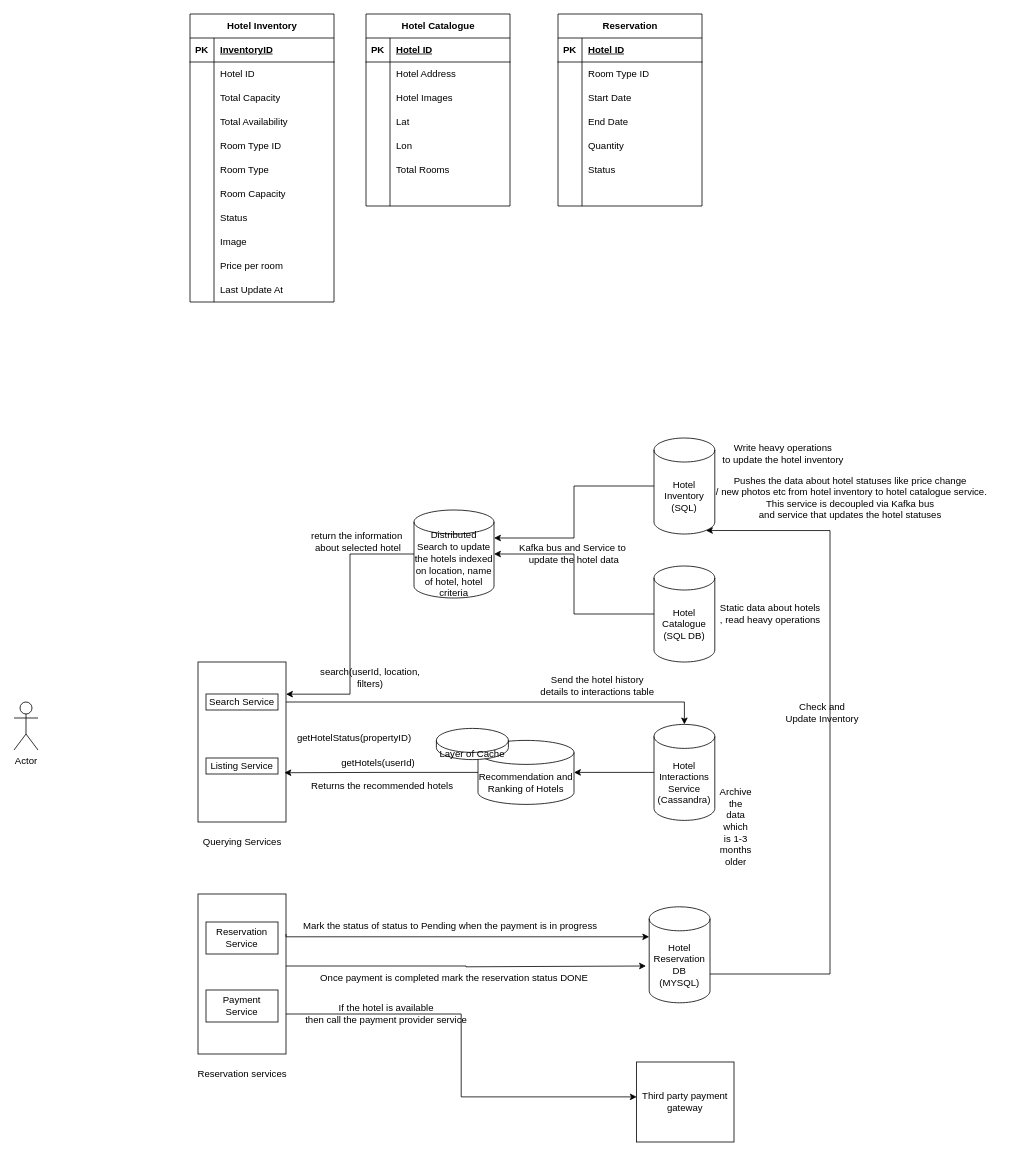
Above: HotelManagementSystem.drawio in anshul1790/system-design-playground (draw.io), before the change. Source tidied: cells renumbered, new cells numbered last; positions are measured from the earlier drawing's top-left corner, leaving out a move shared by most shapes. Both pictures are drawn from the tidied source at 80%, with x=0, y=0 at pixel (14, 14).
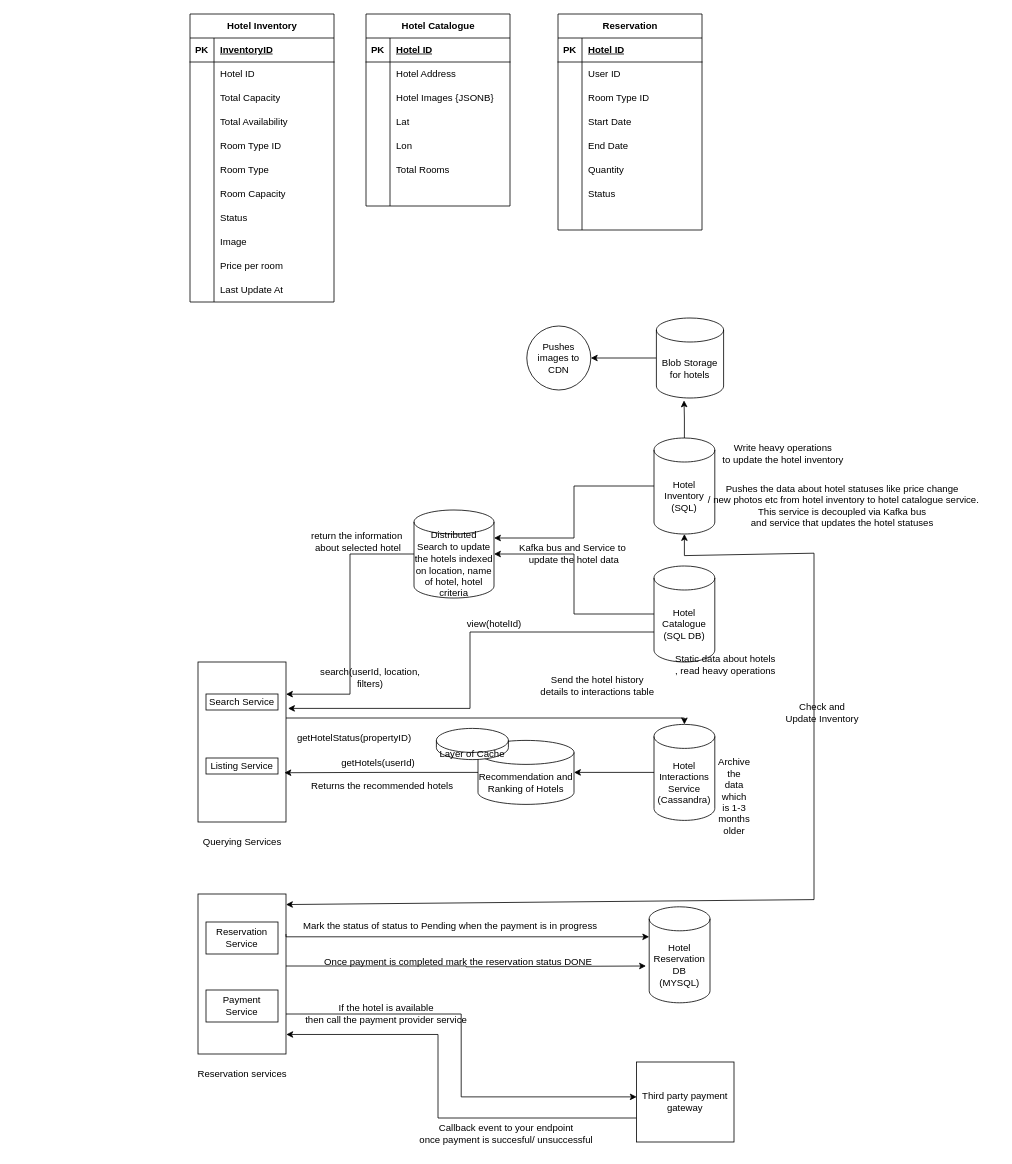
The same page after the edit.

Unchanged cells that the change refers to:
```xml
<mxCell id="2" style="rounded=0;whiteSpace=wrap;html=1;" parent="1" vertex="1">
  <mxGeometry x="230" y="810" width="110" height="200" as="geometry" />
</mxCell>
<mxCell id="4" value="Hotel Catalogue&lt;div&gt;(SQL DB)&lt;/div&gt;" style="shape=cylinder3;whiteSpace=wrap;html=1;boundedLbl=1;backgroundOutline=1;size=15;" parent="1" vertex="1">
  <mxGeometry x="800" y="690" width="76" height="120" as="geometry" />
</mxCell>
<mxCell id="5" value="Hotel Inventory&lt;div&gt;(SQL)&lt;/div&gt;" style="shape=cylinder3;whiteSpace=wrap;html=1;boundedLbl=1;backgroundOutline=1;size=15;" parent="1" vertex="1">
  <mxGeometry x="800" y="530" width="76" height="120" as="geometry" />
</mxCell>
<mxCell id="14" value="Hotel Interactions Service&lt;div&gt;(Cassandra)&lt;/div&gt;" style="shape=cylinder3;whiteSpace=wrap;html=1;boundedLbl=1;backgroundOutline=1;size=15;" parent="1" vertex="1">
  <mxGeometry x="800" y="888" width="76" height="120" as="geometry" />
</mxCell>
<mxCell id="67" style="shape=tableRow;horizontal=0;startSize=0;swimlaneHead=0;swimlaneBody=0;fillColor=none;top=0;left=0;right=0;bottom=0;" parent="60" vertex="1">
  <mxGeometry y="90" width="180" height="30" as="geometry" />
</mxCell>
<mxCell id="107" style="rounded=0;whiteSpace=wrap;html=1;" parent="1" vertex="1">
  <mxGeometry x="230" y="1100" width="110" height="200" as="geometry" />
</mxCell>
<mxCell id="109" value="Hotel Reservation DB&lt;div&gt;(MYSQL)&lt;/div&gt;" style="shape=cylinder3;whiteSpace=wrap;html=1;boundedLbl=1;backgroundOutline=1;size=15;" parent="1" vertex="1">
  <mxGeometry x="794" y="1116" width="76" height="120" as="geometry" />
</mxCell>
<mxCell id="113" value="Third party payment gateway" style="rounded=0;whiteSpace=wrap;html=1;" parent="1" vertex="1">
  <mxGeometry x="778" y="1310" width="122" height="100" as="geometry" />
</mxCell>
```

The edit, as a diff of the source:
```diff
@@
-    <mxCell id="8" value="Actor" style="shape=umlActor;verticalLabelPosition=bottom;verticalAlign=top;html=1;" parent="1" vertex="1">
-      <mxGeometry y="860" width="30" height="60" as="geometry" />
-    </mxCell>
@@
-    <mxCell id="18" style="edgeStyle=orthogonalEdgeStyle;rounded=0;jettySize=auto;html=1;exitX=1;exitY=0.25;exitDx=0;exitDy=0;entryX=0.5;entryY=0;entryDx=0;entryDy=0;entryPerimeter=0;" parent="1" edge="1" source="2" target="14">
+    <mxCell id="18" style="edgeStyle=orthogonalEdgeStyle;rounded=0;jettySize=auto;html=1;entryX=0.5;entryY=0;entryDx=0;entryDy=0;entryPerimeter=0;" parent="1" edge="1" target="14">
       <mxGeometry relative="1" as="geometry">
+        <mxPoint x="340" y="880" as="sourcePoint" />
         <Array as="points">
-          <mxPoint x="838" y="860" />
+          <mxPoint x="340" y="880" />
+          <mxPoint x="838" y="880" />
         </Array>
       </mxGeometry>
     </mxCell>
@@
     <mxCell id="21" value="Pushes the data about hotel statuses like price change&lt;div&gt;&amp;nbsp;/ new photos etc from hotel inventory to hotel catalogue service.&lt;/div&gt;&lt;div&gt;This service is decoupled via Kafka bus&lt;/div&gt;&lt;div&gt;and service that updates the hotel statuses&lt;/div&gt;" style="text;html=1;align=center;verticalAlign=middle;strokeColor=none;fillColor=none;" parent="1" vertex="1">
-      <mxGeometry x="860" y="570" width="370" height="70" as="geometry" />
+      <mxGeometry x="850" y="580" width="370" height="70" as="geometry" />
     </mxCell>
@@
     <mxCell id="25" value="&lt;br class=&quot;Apple-interchange-newline&quot;&gt;&lt;span style=&quot;text-wrap-mode: wrap;&quot;&gt;Archive the data which is 1-3 months older&lt;/span&gt;" style="text;html=1;align=center;verticalAlign=middle;strokeColor=none;fillColor=none;" parent="1" vertex="1">
-      <mxGeometry x="780" y="988" width="244" height="41" as="geometry" />
+      <mxGeometry x="778" y="950" width="244" height="41" as="geometry" />
     </mxCell>
@@
-    <mxCell id="69" value="Hotel Images" style="shape=partialRectangle;fillColor=none;top=0;left=0;bottom=0;right=0;align=left;spacingLeft=6;overflow=hidden;whiteSpace=wrap;html=1;" parent="67" vertex="1">
+    <mxCell id="69" value="Hotel Images {JSONB}" style="shape=partialRectangle;fillColor=none;top=0;left=0;bottom=0;right=0;align=left;spacingLeft=6;overflow=hidden;whiteSpace=wrap;html=1;" parent="67" vertex="1">
       <mxGeometry x="30" width="150" height="30" as="geometry" />
     </mxCell>
@@
     <mxCell id="83" value="Static data about hotels&lt;div&gt;, read heavy operations&lt;/div&gt;" style="text;html=1;align=center;verticalAlign=middle;strokeColor=none;fillColor=none;" parent="1" vertex="1">
-      <mxGeometry x="870" y="730" width="150" height="40" as="geometry" />
+      <mxGeometry x="814" y="794" width="150" height="40" as="geometry" />
     </mxCell>
@@
     <mxCell id="85" value="Reservation" style="shape=table;startSize=30;childLayout=tableLayout;rowLines=0;fontStyle=1;align=center;html=1;" parent="1" vertex="1">
-      <mxGeometry x="680" width="180" height="240" as="geometry" />
+      <mxGeometry x="680" width="180" height="270" as="geometry" />
     </mxCell>
@@
+    <mxCell id="122" style="shape=tableRow;horizontal=0;startSize=0;swimlaneHead=0;swimlaneBody=0;fillColor=none;top=0;left=0;right=0;bottom=0;" parent="85" vertex="1">
+      <mxGeometry y="60" width="180" height="30" as="geometry" />
+    </mxCell>
+    <mxCell id="123" style="shape=partialRectangle;fillColor=none;top=0;left=0;bottom=0;right=0;overflow=hidden;whiteSpace=wrap;html=1;" parent="122" vertex="1">
+      <mxGeometry width="30" height="30" as="geometry" />
+    </mxCell>
+    <mxCell id="124" value="User ID" style="shape=partialRectangle;fillColor=none;top=0;left=0;bottom=0;right=0;align=left;spacingLeft=6;overflow=hidden;whiteSpace=wrap;html=1;" parent="122" vertex="1">
+      <mxGeometry x="30" width="150" height="30" as="geometry" />
+    </mxCell>
     <mxCell id="89" style="shape=tableRow;horizontal=0;startSize=0;swimlaneHead=0;swimlaneBody=0;fillColor=none;top=0;left=0;right=0;bottom=0;" parent="85" vertex="1">
-      <mxGeometry y="60" width="180" height="30" as="geometry" />
+      <mxGeometry y="90" width="180" height="30" as="geometry" />
     </mxCell>
@@
     <mxCell id="92" style="shape=tableRow;horizontal=0;startSize=0;swimlaneHead=0;swimlaneBody=0;fillColor=none;top=0;left=0;right=0;bottom=0;" parent="85" vertex="1">
-      <mxGeometry y="90" width="180" height="30" as="geometry" />
+      <mxGeometry y="120" width="180" height="30" as="geometry" />
     </mxCell>
@@
     <mxCell id="95" style="shape=tableRow;horizontal=0;startSize=0;swimlaneHead=0;swimlaneBody=0;fillColor=none;top=0;left=0;right=0;bottom=0;" parent="85" vertex="1">
-      <mxGeometry y="120" width="180" height="30" as="geometry" />
+      <mxGeometry y="150" width="180" height="30" as="geometry" />
     </mxCell>
@@
     <mxCell id="98" style="shape=tableRow;horizontal=0;startSize=0;swimlaneHead=0;swimlaneBody=0;fillColor=none;top=0;left=0;right=0;bottom=0;" parent="85" vertex="1">
-      <mxGeometry y="150" width="180" height="30" as="geometry" />
+      <mxGeometry y="180" width="180" height="30" as="geometry" />
     </mxCell>
@@
     <mxCell id="101" style="shape=tableRow;horizontal=0;startSize=0;swimlaneHead=0;swimlaneBody=0;fillColor=none;top=0;left=0;right=0;bottom=0;" parent="85" vertex="1">
-      <mxGeometry y="180" width="180" height="30" as="geometry" />
+      <mxGeometry y="210" width="180" height="30" as="geometry" />
     </mxCell>
@@
     <mxCell id="104" style="shape=tableRow;horizontal=0;startSize=0;swimlaneHead=0;swimlaneBody=0;fillColor=none;top=0;left=0;right=0;bottom=0;" parent="85" vertex="1">
-      <mxGeometry y="210" width="180" height="30" as="geometry" />
+      <mxGeometry y="240" width="180" height="30" as="geometry" />
     </mxCell>
@@
-    <mxCell id="110" style="edgeStyle=orthogonalEdgeStyle;rounded=0;jettySize=auto;html=1;entryX=0.855;entryY=1;entryDx=0;entryDy=-4.35;entryPerimeter=0;" parent="1" edge="1" source="109" target="5">
-      <mxGeometry relative="1" as="geometry">
-        <Array as="points">
-          <mxPoint x="1020" y="1200" />
-          <mxPoint x="1020" y="646" />
-        </Array>
-      </mxGeometry>
-    </mxCell>
@@
     <mxCell id="116" value="Once payment is completed mark the reservation status DONE" style="text;html=1;align=center;verticalAlign=middle;strokeColor=none;fillColor=none;" parent="1" vertex="1">
-      <mxGeometry x="370" y="1190" width="360" height="30" as="geometry" />
+      <mxGeometry x="375" y="1170" width="360" height="30" as="geometry" />
     </mxCell>
@@
+    <mxCell id="125" style="edgeStyle=orthogonalEdgeStyle;rounded=0;jettySize=auto;html=1;entryX=1.003;entryY=0.878;entryDx=0;entryDy=0;entryPerimeter=0;" parent="1" edge="1" source="113" target="107">
+      <mxGeometry relative="1" as="geometry">
+        <Array as="points">
+          <mxPoint x="530" y="1380" />
+          <mxPoint x="530" y="1276" />
+        </Array>
+      </mxGeometry>
+    </mxCell>
+    <mxCell id="126" value="Callback event to your endpoint&lt;div&gt;once payment is succesful/ unsuccessful&lt;/div&gt;" style="text;html=1;align=center;verticalAlign=middle;strokeColor=none;fillColor=none;" parent="1" vertex="1">
+      <mxGeometry x="495" y="1380" width="240" height="40" as="geometry" />
+    </mxCell>
+    <mxCell id="127" style="edgeStyle=orthogonalEdgeStyle;rounded=0;jettySize=auto;html=1;exitX=0;exitY=0;exitDx=0;exitDy=82.5;exitPerimeter=0;entryX=1.023;entryY=0.29;entryDx=0;entryDy=0;entryPerimeter=0;" parent="1" edge="1" source="4" target="2">
+      <mxGeometry relative="1" as="geometry" />
+    </mxCell>
+    <mxCell id="128" value="view(hotelId)" style="text;html=1;align=center;verticalAlign=middle;strokeColor=none;fillColor=none;" parent="1" vertex="1">
+      <mxGeometry x="555" y="748" width="90" height="30" as="geometry" />
+    </mxCell>
+    <mxCell id="129" style="edgeStyle=orthogonalEdgeStyle;rounded=0;jettySize=auto;html=1;" parent="1" edge="1" source="130" target="132">
+      <mxGeometry relative="1" as="geometry" />
+    </mxCell>
+    <mxCell id="130" value="Blob Storage for hotels" style="shape=cylinder3;whiteSpace=wrap;html=1;boundedLbl=1;backgroundOutline=1;size=15;" parent="1" vertex="1">
+      <mxGeometry x="803" y="380" width="84" height="100" as="geometry" />
+    </mxCell>
+    <mxCell id="131" style="edgeStyle=orthogonalEdgeStyle;rounded=0;jettySize=auto;html=1;entryX=0.411;entryY=1.03;entryDx=0;entryDy=0;entryPerimeter=0;" parent="1" edge="1" source="5" target="130">
+      <mxGeometry relative="1" as="geometry" />
+    </mxCell>
+    <mxCell id="132" value="Pushes images to CDN" style="ellipse;whiteSpace=wrap;html=1;" parent="1" vertex="1">
+      <mxGeometry x="641" y="390" width="80" height="80" as="geometry" />
+    </mxCell>
+    <mxCell id="133" style="endArrow=classic;startArrow=classic;html=1;rounded=0;exitX=1;exitY=0.066;exitDx=0;exitDy=0;exitPerimeter=0;entryX=0.5;entryY=1;entryDx=0;entryDy=0;entryPerimeter=0;" parent="1" edge="1" source="107" target="5">
+      <mxGeometry relative="1" as="geometry">
+        <Array as="points">
+          <mxPoint x="1000" y="1107" />
+          <mxPoint x="1000" y="674" />
+          <mxPoint x="838" y="677" />
+        </Array>
+      </mxGeometry>
+    </mxCell>
```
